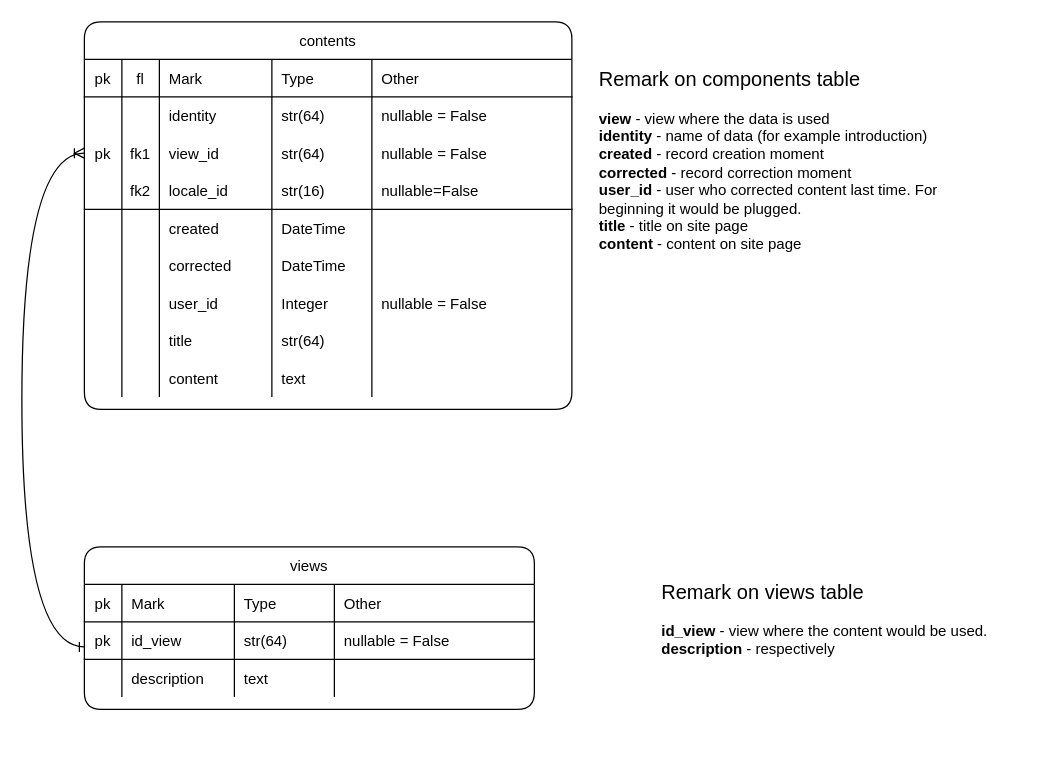
Before: page "contents table" (4 of 10) of market-coffee.drawio in Sergey190309/220415-market-caffee, a draw.io diagram. Source tidied: cells renumbered, new cells numbered last; positions are measured from the earlier drawing's top-left corner, leaving out a move shared by most shapes. Both pictures are drawn from the tidied source at 125%, with x=0, y=0 at pixel (21, 21).
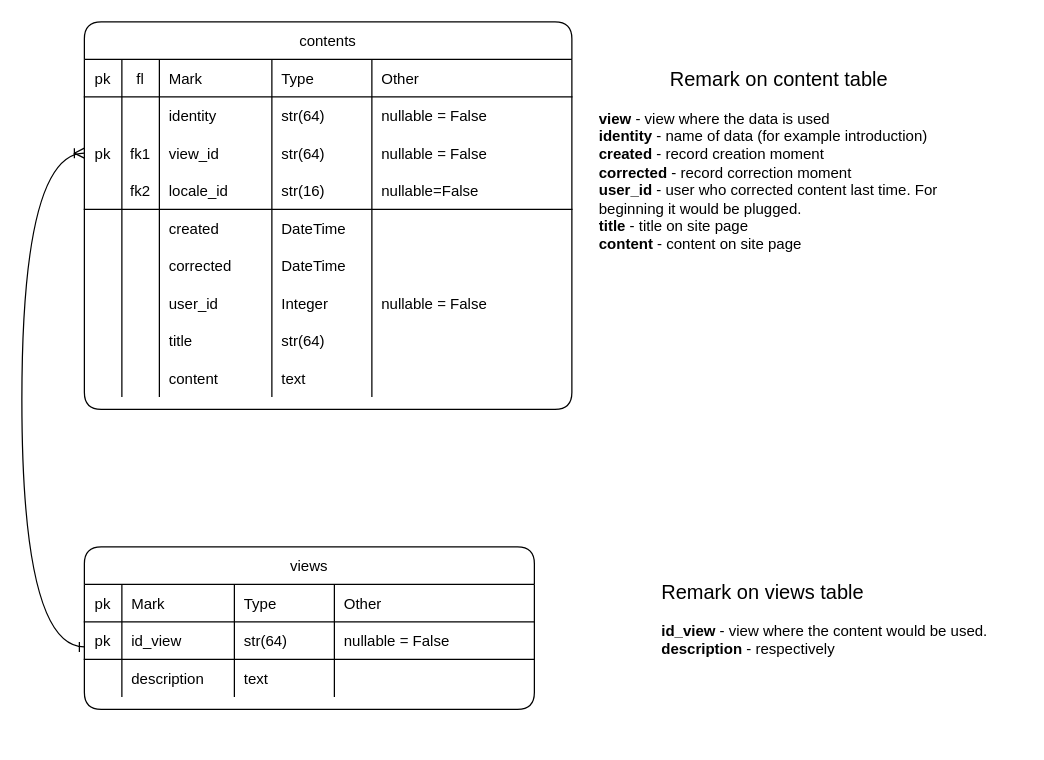
Above is the later version.

The edit, as a diff of the source:
```diff
@@
-    <mxCell id="74" value="&lt;font style=&quot;font-size: 16px&quot;&gt;Remark on&amp;nbsp;&lt;span style=&quot;text-align: center&quot;&gt;components&lt;/span&gt;&amp;nbsp;table&lt;/font&gt;&lt;br&gt;&lt;font style=&quot;font-size: 12px&quot;&gt;&lt;br&gt;&lt;b&gt;view &lt;/b&gt;- view where the data is used&lt;br&gt;&lt;b&gt;identity&lt;/b&gt; - name of data (for example introduction)&lt;br&gt;&lt;b&gt;created&lt;/b&gt;&amp;nbsp;- record creation moment&lt;br&gt;&lt;b&gt;corrected&lt;/b&gt; - record correction moment&lt;br&gt;&lt;b&gt;user_id&lt;/b&gt; - user who corrected content last time. For beginning it would be plugged.&lt;br&gt;&lt;b&gt;title&lt;/b&gt; - title on site page&lt;br&gt;&lt;b&gt;content&lt;/b&gt; - content on site page&lt;br&gt;&lt;br&gt;&lt;/font&gt;" style="text;html=1;strokeColor=none;fillColor=none;align=left;verticalAlign=top;whiteSpace=wrap;overflow=hidden;fontSize=12;spacingTop=0;" parent="73" vertex="1">
+    <mxCell id="74" value="&lt;div style=&quot;text-align: center&quot;&gt;&lt;span style=&quot;font-size: 16px&quot;&gt;Remark on content&amp;nbsp;&lt;/span&gt;&lt;span style=&quot;font-size: 16px&quot;&gt;table&lt;/span&gt;&lt;/div&gt;&lt;font style=&quot;font-size: 12px&quot;&gt;&lt;br&gt;&lt;b&gt;view &lt;/b&gt;- view where the data is used&lt;br&gt;&lt;b&gt;identity&lt;/b&gt; - name of data (for example introduction)&lt;br&gt;&lt;b&gt;created&lt;/b&gt;&amp;nbsp;- record creation moment&lt;br&gt;&lt;b&gt;corrected&lt;/b&gt; - record correction moment&lt;br&gt;&lt;b&gt;user_id&lt;/b&gt; - user who corrected content last time. For beginning it would be plugged.&lt;br&gt;&lt;b&gt;title&lt;/b&gt; - title on site page&lt;br&gt;&lt;b&gt;content&lt;/b&gt; - content on site page&lt;br&gt;&lt;br&gt;&lt;/font&gt;" style="text;html=1;strokeColor=none;fillColor=none;align=left;verticalAlign=top;whiteSpace=wrap;overflow=hidden;fontSize=12;spacingTop=0;" parent="73" vertex="1">
       <mxGeometry x="460" y="30" width="290" height="170" as="geometry" />
     </mxCell>
```
